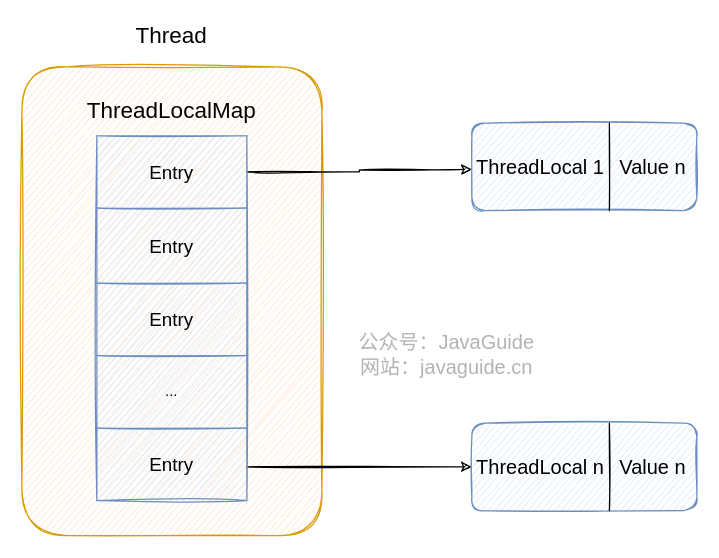
Snailclimb/JavaGuide keeps this draw.io diagram as docs/java/concurrent/images/interview-questions/threadlocal-data-structure.drawio. Above is the earlier version. Source tidied: cells renumbered, new cells numbered last; positions are measured from the earlier drawing's top-left corner, leaving out a move shared by most shapes. Both pictures are drawn from the tidied source at 125%, with x=0, y=0 at pixel (21, 22).
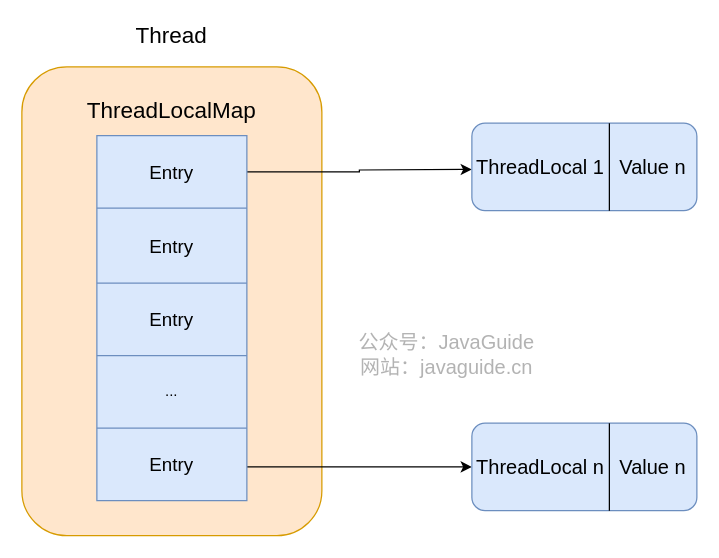
After the change.

Change to the diagram source:
```diff
@@
-    <mxCell id="2" style="rounded=1;whiteSpace=wrap;html=1;sketch=1;fontSize=20;shadow=0;fillColor=#ffe6cc;strokeColor=#d79b00;" parent="1" vertex="1">
+    <mxCell id="2" style="rounded=1;whiteSpace=wrap;html=1;sketch=0;fontSize=20;shadow=0;fillColor=#ffe6cc;strokeColor=#d79b00;" parent="1" vertex="1">
       <mxGeometry y="35" width="240" height="375" as="geometry" />
     </mxCell>
-    <mxCell id="3" value="公众号：JavaGuide&lt;br style=&quot;font-size: 16px&quot;&gt;网站：javaguide.cn" style="text;html=1;strokeColor=none;fillColor=none;align=center;verticalAlign=middle;whiteSpace=wrap;rounded=0;labelBackgroundColor=none;fontSize=16;fontColor=#B3B3B3;rotation=0;sketch=1;shadow=0;" parent="1" vertex="1">
+    <mxCell id="3" value="公众号：JavaGuide&lt;br style=&quot;font-size: 16px&quot;&gt;网站：javaguide.cn" style="text;html=1;strokeColor=none;fillColor=none;align=center;verticalAlign=middle;whiteSpace=wrap;rounded=0;labelBackgroundColor=none;fontSize=16;fontColor=#B3B3B3;rotation=0;sketch=0;shadow=0;" parent="1" vertex="1">
       <mxGeometry x="250" y="260" width="180" height="10" as="geometry" />
     </mxCell>
-    <mxCell id="4" value="&lt;font style=&quot;font-size: 18px&quot;&gt;Thread&lt;/font&gt;" style="text;html=1;strokeColor=none;fillColor=none;align=center;verticalAlign=middle;whiteSpace=wrap;rounded=0;" parent="1" vertex="1">
+    <mxCell id="4" value="&lt;font style=&quot;font-size: 18px&quot;&gt;Thread&lt;/font&gt;" style="text;html=1;strokeColor=none;fillColor=none;align=center;verticalAlign=middle;whiteSpace=wrap;rounded=0;sketch=0;" parent="1" vertex="1">
       <mxGeometry x="90" width="60" height="20" as="geometry" />
     </mxCell>
-    <mxCell id="5" style="edgeStyle=orthogonalEdgeStyle;rounded=0;orthogonalLoop=1;jettySize=auto;html=1;fontSize=16;sketch=1;" parent="1" edge="1">
+    <mxCell id="5" style="edgeStyle=orthogonalEdgeStyle;rounded=0;orthogonalLoop=1;jettySize=auto;html=1;fontSize=16;sketch=0;" parent="1" edge="1">
       <mxGeometry relative="1" as="geometry">
         <mxPoint x="180" y="355" as="sourcePoint" />
         <mxPoint x="360" y="355" as="targetPoint" />
       </mxGeometry>
     </mxCell>
-    <mxCell id="6" style="edgeStyle=orthogonalEdgeStyle;rounded=0;sketch=1;jettySize=auto;html=1;entryX=0;entryY=0.5;entryDx=0;entryDy=0;fontSize=16;" parent="1" edge="1" source="13">
+    <mxCell id="6" style="edgeStyle=orthogonalEdgeStyle;rounded=0;sketch=0;jettySize=auto;html=1;entryX=0;entryY=0.5;entryDx=0;entryDy=0;fontSize=16;" parent="1" edge="1" source="13">
       <mxGeometry relative="1" as="geometry">
         <mxPoint x="360" y="117" as="targetPoint" />
       </mxGeometry>
     </mxCell>
-    <mxCell id="7" style="rounded=1;whiteSpace=wrap;html=1;sketch=1;fontSize=16;align=center;fillColor=#dae8fc;strokeColor=#6c8ebf;" parent="1" vertex="1">
+    <mxCell id="7" style="rounded=1;whiteSpace=wrap;html=1;sketch=0;fontSize=16;align=center;fillColor=#dae8fc;strokeColor=#6c8ebf;" parent="1" vertex="1">
       <mxGeometry x="360" y="320" width="180" height="70" as="geometry" />
     </mxCell>
-    <mxCell id="8" value="&lt;font style=&quot;font-size: 18px&quot;&gt;ThreadLocalMap&lt;/font&gt;" style="text;html=1;strokeColor=none;fillColor=none;align=center;verticalAlign=middle;whiteSpace=wrap;rounded=0;" parent="1" vertex="1">
+    <mxCell id="8" value="&lt;font style=&quot;font-size: 18px&quot;&gt;ThreadLocalMap&lt;/font&gt;" style="text;html=1;strokeColor=none;fillColor=none;align=center;verticalAlign=middle;whiteSpace=wrap;rounded=0;sketch=0;" parent="1" vertex="1">
       <mxGeometry x="90" y="60" width="60" height="20" as="geometry" />
     </mxCell>
-    <mxCell id="9" value="&lt;font style=&quot;font-size: 16px&quot;&gt;ThreadLocal&amp;nbsp;n&lt;/font&gt;" style="text;html=1;strokeColor=none;fillColor=none;align=center;verticalAlign=middle;whiteSpace=wrap;rounded=0;sketch=1;fontSize=16;" parent="1" vertex="1">
+    <mxCell id="9" value="&lt;font style=&quot;font-size: 16px&quot;&gt;ThreadLocal&amp;nbsp;n&lt;/font&gt;" style="text;html=1;strokeColor=none;fillColor=none;align=center;verticalAlign=middle;whiteSpace=wrap;rounded=0;sketch=0;fontSize=16;" parent="1" vertex="1">
       <mxGeometry x="350" y="345" width="130" height="20" as="geometry" />
     </mxCell>
-    <mxCell id="10" style="endArrow=none;html=1;fontSize=16;sketch=1;exitX=0.5;exitY=1;exitDx=0;exitDy=0;" parent="1" edge="1">
+    <mxCell id="10" style="endArrow=none;html=1;fontSize=16;sketch=0;exitX=0.5;exitY=1;exitDx=0;exitDy=0;" parent="1" edge="1">
       <mxGeometry relative="1" as="geometry">
         <mxPoint x="470" y="390" as="sourcePoint" />
         <mxPoint x="470" y="320" as="targetPoint" />
       </mxGeometry>
     </mxCell>
-    <mxCell id="11" value="&lt;font style=&quot;font-size: 16px&quot;&gt;Value n&lt;/font&gt;" style="text;html=1;strokeColor=none;fillColor=none;align=center;verticalAlign=middle;whiteSpace=wrap;rounded=0;sketch=1;fontSize=16;" parent="1" vertex="1">
+    <mxCell id="11" value="&lt;font style=&quot;font-size: 16px&quot;&gt;Value n&lt;/font&gt;" style="text;html=1;strokeColor=none;fillColor=none;align=center;verticalAlign=middle;whiteSpace=wrap;rounded=0;sketch=0;fontSize=16;" parent="1" vertex="1">
       <mxGeometry x="470" y="345" width="70" height="20" as="geometry" />
     </mxCell>
-    <mxCell id="12" style="shape=table;html=1;whiteSpace=wrap;startSize=0;childLayout=tableLayout;rounded=1;fillColor=#dae8fc;strokeColor=#6c8ebf;fontSize=16;sketch=1;" parent="1" vertex="1">
+    <mxCell id="12" style="shape=table;html=1;whiteSpace=wrap;startSize=0;childLayout=tableLayout;rounded=1;fillColor=#dae8fc;strokeColor=#6c8ebf;fontSize=16;sketch=0;" parent="1" vertex="1">
       <mxGeometry x="60" y="90" width="120" height="292" as="geometry" />
     </mxCell>
-    <mxCell id="13" style="shape=partialRectangle;html=1;whiteSpace=wrap;fillColor=none;top=0;left=0;bottom=0;right=0;points=[[0,0.5],[1,0.5]];portConstraint=eastwest;" parent="12" vertex="1">
+    <mxCell id="13" style="shape=partialRectangle;html=1;whiteSpace=wrap;fillColor=none;top=0;left=0;bottom=0;right=0;points=[[0,0.5],[1,0.5]];portConstraint=eastwest;sketch=0;" parent="12" vertex="1">
       <mxGeometry width="120" height="58" as="geometry" />
     </mxCell>
-    <mxCell id="14" value="&lt;font style=&quot;font-size: 15px&quot;&gt;Entry&lt;/font&gt;" style="shape=partialRectangle;html=1;whiteSpace=wrap;overflow=hidden;fillColor=none;top=0;left=0;bottom=0;right=0;" parent="13" vertex="1">
+    <mxCell id="14" value="&lt;font style=&quot;font-size: 15px&quot;&gt;Entry&lt;/font&gt;" style="shape=partialRectangle;html=1;whiteSpace=wrap;overflow=hidden;fillColor=none;top=0;left=0;bottom=0;right=0;sketch=0;" parent="13" vertex="1">
       <mxGeometry width="120" height="58" as="geometry" />
     </mxCell>
-    <mxCell id="15" style="shape=partialRectangle;html=1;whiteSpace=wrap;fillColor=none;top=0;left=0;bottom=0;right=0;" parent="12" vertex="1">
+    <mxCell id="15" style="shape=partialRectangle;html=1;whiteSpace=wrap;fillColor=none;top=0;left=0;bottom=0;right=0;sketch=0;" parent="12" vertex="1">
       <mxGeometry y="58" width="120" height="60" as="geometry" />
     </mxCell>
-    <mxCell id="16" value="&lt;span style=&quot;font-size: 15px&quot;&gt;Entry&lt;/span&gt;" style="shape=partialRectangle;html=1;whiteSpace=wrap;overflow=hidden;fillColor=none;top=0;left=0;bottom=0;right=0;" parent="15" vertex="1">
+    <mxCell id="16" value="&lt;span style=&quot;font-size: 15px&quot;&gt;Entry&lt;/span&gt;" style="shape=partialRectangle;html=1;whiteSpace=wrap;overflow=hidden;fillColor=none;top=0;left=0;bottom=0;right=0;sketch=0;" parent="15" vertex="1">
       <mxGeometry width="120" height="60" as="geometry" />
     </mxCell>
-    <mxCell id="17" style="shape=partialRectangle;html=1;whiteSpace=wrap;fillColor=none;top=0;left=0;bottom=0;right=0;" parent="12" vertex="1">
+    <mxCell id="17" style="shape=partialRectangle;html=1;whiteSpace=wrap;fillColor=none;top=0;left=0;bottom=0;right=0;sketch=0;" parent="12" vertex="1">
       <mxGeometry y="118" width="120" height="58" as="geometry" />
     </mxCell>
-    <mxCell id="18" value="&lt;span style=&quot;font-size: 15px&quot;&gt;Entry&lt;/span&gt;" style="shape=partialRectangle;html=1;whiteSpace=wrap;overflow=hidden;fillColor=none;top=0;left=0;bottom=0;right=0;" parent="17" vertex="1">
+    <mxCell id="18" value="&lt;span style=&quot;font-size: 15px&quot;&gt;Entry&lt;/span&gt;" style="shape=partialRectangle;html=1;whiteSpace=wrap;overflow=hidden;fillColor=none;top=0;left=0;bottom=0;right=0;sketch=0;" parent="17" vertex="1">
       <mxGeometry width="120" height="58" as="geometry" />
     </mxCell>
-    <mxCell id="19" style="shape=partialRectangle;html=1;whiteSpace=wrap;fillColor=none;top=0;left=0;bottom=0;right=0;verticalAlign=middle;align=center;" parent="12" vertex="1">
+    <mxCell id="19" style="shape=partialRectangle;html=1;whiteSpace=wrap;fillColor=none;top=0;left=0;bottom=0;right=0;verticalAlign=middle;align=center;sketch=0;" parent="12" vertex="1">
       <mxGeometry y="176" width="120" height="58" as="geometry" />
     </mxCell>
-    <mxCell id="20" value="..." style="shape=partialRectangle;html=1;whiteSpace=wrap;overflow=hidden;fillColor=none;top=0;left=0;bottom=0;right=0;" parent="19" vertex="1">
+    <mxCell id="20" value="..." style="shape=partialRectangle;html=1;whiteSpace=wrap;overflow=hidden;fillColor=none;top=0;left=0;bottom=0;right=0;sketch=0;" parent="19" vertex="1">
       <mxGeometry width="120" height="58" as="geometry" />
     </mxCell>
-    <mxCell id="21" style="shape=partialRectangle;html=1;whiteSpace=wrap;fillColor=none;top=0;left=0;bottom=0;right=0;" parent="12" vertex="1">
+    <mxCell id="21" style="shape=partialRectangle;html=1;whiteSpace=wrap;fillColor=none;top=0;left=0;bottom=0;right=0;sketch=0;" parent="12" vertex="1">
       <mxGeometry y="234" width="120" height="58" as="geometry" />
     </mxCell>
-    <mxCell id="22" value="&lt;span style=&quot;font-size: 15px&quot;&gt;Entry&lt;/span&gt;" style="shape=partialRectangle;html=1;whiteSpace=wrap;overflow=hidden;fillColor=none;top=0;left=0;bottom=0;right=0;" parent="21" vertex="1">
+    <mxCell id="22" value="&lt;span style=&quot;font-size: 15px&quot;&gt;Entry&lt;/span&gt;" style="shape=partialRectangle;html=1;whiteSpace=wrap;overflow=hidden;fillColor=none;top=0;left=0;bottom=0;right=0;sketch=0;" parent="21" vertex="1">
       <mxGeometry width="120" height="58" as="geometry" />
     </mxCell>
-    <mxCell id="23" style="rounded=1;whiteSpace=wrap;html=1;sketch=1;fontSize=16;align=center;fillColor=#dae8fc;strokeColor=#6c8ebf;" parent="1" vertex="1">
+    <mxCell id="23" style="rounded=1;whiteSpace=wrap;html=1;sketch=0;fontSize=16;align=center;fillColor=#dae8fc;strokeColor=#6c8ebf;" parent="1" vertex="1">
       <mxGeometry x="360" y="80" width="180" height="70" as="geometry" />
     </mxCell>
-    <mxCell id="24" style="endArrow=none;html=1;fontSize=16;sketch=1;exitX=0.5;exitY=1;exitDx=0;exitDy=0;" parent="1" edge="1">
+    <mxCell id="24" style="endArrow=none;html=1;fontSize=16;sketch=0;exitX=0.5;exitY=1;exitDx=0;exitDy=0;" parent="1" edge="1">
       <mxGeometry relative="1" as="geometry">
         <mxPoint x="470" y="150" as="sourcePoint" />
         <mxPoint x="470" y="80" as="targetPoint" />
       </mxGeometry>
     </mxCell>
-    <mxCell id="25" value="&lt;font style=&quot;font-size: 16px&quot;&gt;Value n&lt;/font&gt;" style="text;html=1;strokeColor=none;fillColor=none;align=center;verticalAlign=middle;whiteSpace=wrap;rounded=0;sketch=1;fontSize=16;" parent="1" vertex="1">
+    <mxCell id="25" value="&lt;font style=&quot;font-size: 16px&quot;&gt;Value n&lt;/font&gt;" style="text;html=1;strokeColor=none;fillColor=none;align=center;verticalAlign=middle;whiteSpace=wrap;rounded=0;sketch=0;fontSize=16;" parent="1" vertex="1">
       <mxGeometry x="470" y="105" width="70" height="20" as="geometry" />
     </mxCell>
-    <mxCell id="26" value="&lt;font style=&quot;font-size: 16px&quot;&gt;ThreadLocal 1&lt;/font&gt;" style="text;html=1;strokeColor=none;fillColor=none;align=center;verticalAlign=middle;whiteSpace=wrap;rounded=0;sketch=1;fontSize=16;" parent="1" vertex="1">
+    <mxCell id="26" value="&lt;font style=&quot;font-size: 16px&quot;&gt;ThreadLocal 1&lt;/font&gt;" style="text;html=1;strokeColor=none;fillColor=none;align=center;verticalAlign=middle;whiteSpace=wrap;rounded=0;sketch=0;fontSize=16;" parent="1" vertex="1">
       <mxGeometry x="350" y="105" width="130" height="20" as="geometry" />
     </mxCell>
```
